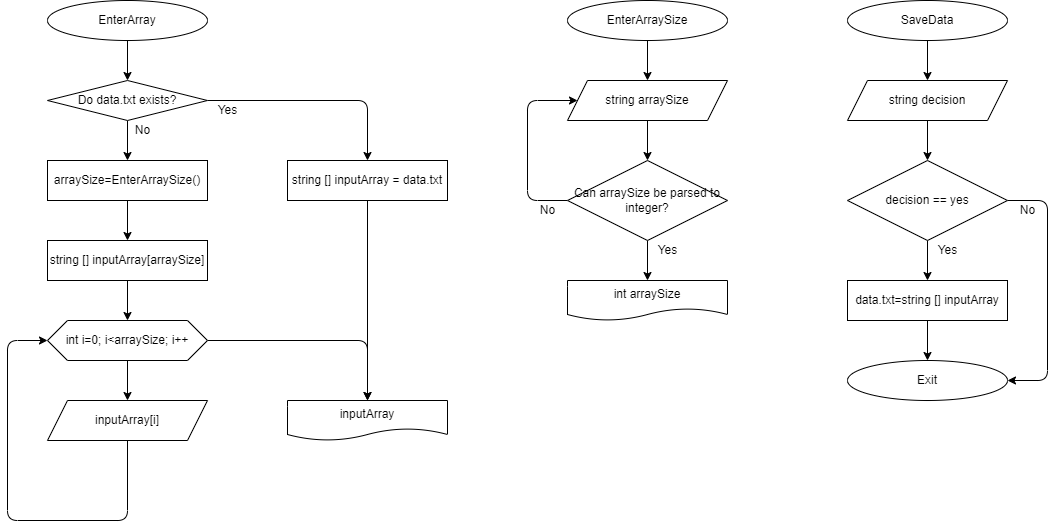
The draw.io diagram diagrams/EnterArray.drawio.png in SeregaSMD/FinalTest, before a commit. Source tidied: cells renumbered, new cells last; positions are measured from the earlier drawing's top-left corner, leaving out a move shared by most shapes.
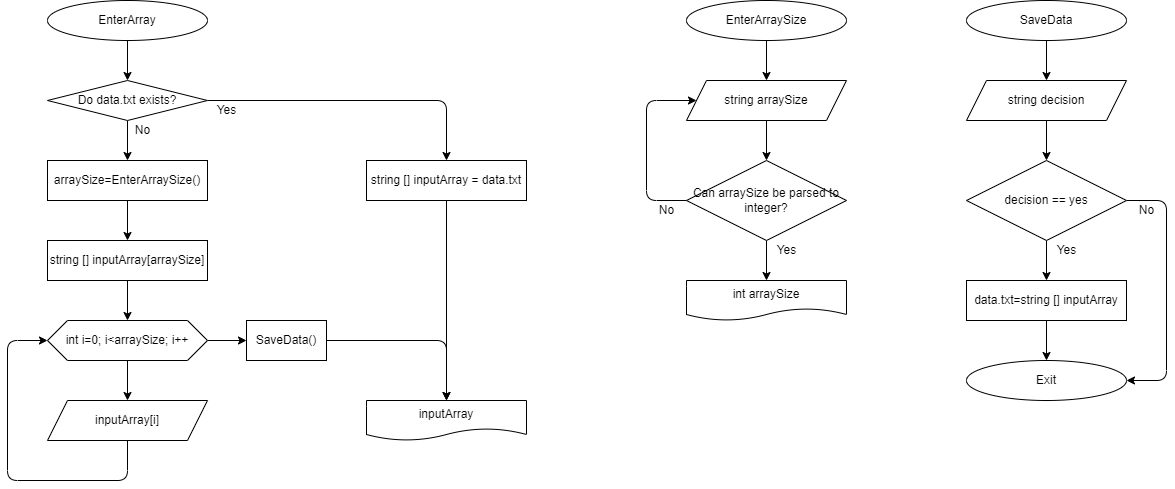
The same diagram one commit later.

The edit, as a diff of the source:
```diff
@@ -6,12 +6,12 @@
       <mxGeometry relative="1" as="geometry" />
     </mxCell>
     <mxCell id="3" value="EnterArray" style="ellipse;whiteSpace=wrap;html=1;" parent="1" vertex="1">
-      <mxGeometry x="40" width="160" height="40" as="geometry" />
+      <mxGeometry x="-79" width="160" height="40" as="geometry" />
     </mxCell>
     <mxCell id="4" style="edgeStyle=none;html=1;exitX=1;exitY=0.5;exitDx=0;exitDy=0;entryX=0.5;entryY=0;entryDx=0;entryDy=0;" parent="1" edge="1" source="6" target="10">
       <mxGeometry relative="1" as="geometry">
         <Array as="points">
-          <mxPoint x="360" y="100" />
+          <mxPoint x="320" y="100" />
         </Array>
       </mxGeometry>
     </mxCell>
@@ -19,53 +19,49 @@
       <mxGeometry relative="1" as="geometry" />
     </mxCell>
     <mxCell id="6" value="Do data.txt exists?" style="rhombus;whiteSpace=wrap;html=1;" parent="1" vertex="1">
-      <mxGeometry x="40" y="80" width="160" height="40" as="geometry" />
+      <mxGeometry x="-79" y="80" width="160" height="40" as="geometry" />
     </mxCell>
     <mxCell id="7" style="edgeStyle=none;html=1;entryX=0.5;entryY=0;entryDx=0;entryDy=0;" parent="1" edge="1" source="8" target="15">
       <mxGeometry relative="1" as="geometry" />
     </mxCell>
     <mxCell id="8" value="string [] inputArray[arraySize]" style="rounded=0;whiteSpace=wrap;html=1;" parent="1" vertex="1">
-      <mxGeometry x="40" y="240" width="160" height="40" as="geometry" />
+      <mxGeometry x="-79" y="240" width="160" height="40" as="geometry" />
     </mxCell>
     <mxCell id="9" style="edgeStyle=none;html=1;exitX=0.5;exitY=1;exitDx=0;exitDy=0;entryX=0.5;entryY=0;entryDx=0;entryDy=0;" parent="1" edge="1" source="10" target="18">
       <mxGeometry relative="1" as="geometry" />
     </mxCell>
     <mxCell id="10" value="string [] inputArray = data.txt" style="rounded=0;whiteSpace=wrap;html=1;" parent="1" vertex="1">
-      <mxGeometry x="280" y="160" width="160" height="40" as="geometry" />
+      <mxGeometry x="240" y="160" width="160" height="40" as="geometry" />
     </mxCell>
     <mxCell id="11" style="edgeStyle=none;html=1;exitX=0.5;exitY=1;exitDx=0;exitDy=0;entryX=0.5;entryY=0;entryDx=0;entryDy=0;" parent="1" edge="1" source="12" target="8">
       <mxGeometry relative="1" as="geometry" />
     </mxCell>
     <mxCell id="12" value="arraySize=EnterArraySize()" style="rounded=0;whiteSpace=wrap;html=1;" parent="1" vertex="1">
-      <mxGeometry x="40" y="160" width="160" height="40" as="geometry" />
+      <mxGeometry x="-79" y="160" width="160" height="40" as="geometry" />
     </mxCell>
     <mxCell id="13" style="edgeStyle=none;html=1;exitX=0.5;exitY=1;exitDx=0;exitDy=0;entryX=0.5;entryY=0;entryDx=0;entryDy=0;" parent="1" edge="1" source="15" target="17">
       <mxGeometry relative="1" as="geometry" />
     </mxCell>
-    <mxCell id="14" style="edgeStyle=none;html=1;exitX=1;exitY=0.5;exitDx=0;exitDy=0;entryX=0.5;entryY=0;entryDx=0;entryDy=0;" parent="1" edge="1" source="15" target="18">
-      <mxGeometry relative="1" as="geometry">
-        <Array as="points">
-          <mxPoint x="360" y="340" />
-        </Array>
-      </mxGeometry>
-    </mxCell>
+    <mxCell id="43" style="edgeStyle=none;html=1;entryX=0;entryY=0.5;entryDx=0;entryDy=0;" parent="1" edge="1" source="15" target="45">
+      <mxGeometry relative="1" as="geometry" />
+    </mxCell>
     <mxCell id="15" value="int i=0; i&amp;lt;arraySize; i++" style="shape=hexagon;perimeter=hexagonPerimeter2;whiteSpace=wrap;html=1;fixedSize=1;" parent="1" vertex="1">
-      <mxGeometry x="40" y="320" width="160" height="40" as="geometry" />
+      <mxGeometry x="-79" y="320" width="160" height="40" as="geometry" />
     </mxCell>
     <mxCell id="16" style="edgeStyle=none;html=1;entryX=0;entryY=0.5;entryDx=0;entryDy=0;" parent="1" edge="1" source="17" target="15">
       <mxGeometry relative="1" as="geometry">
         <Array as="points">
-          <mxPoint x="120" y="520" />
-          <mxPoint y="520" />
-          <mxPoint y="340" />
+          <mxPoint x="1" y="480" />
+          <mxPoint x="-119" y="480" />
+          <mxPoint x="-119" y="340" />
         </Array>
       </mxGeometry>
     </mxCell>
     <mxCell id="17" value="inputArray[i]" style="shape=parallelogram;perimeter=parallelogramPerimeter;whiteSpace=wrap;html=1;fixedSize=1;" parent="1" vertex="1">
-      <mxGeometry x="40" y="400" width="160" height="40" as="geometry" />
+      <mxGeometry x="-79" y="400" width="160" height="40" as="geometry" />
     </mxCell>
     <mxCell id="18" value="inputArray" style="shape=document;whiteSpace=wrap;html=1;boundedLbl=1;" parent="1" vertex="1">
-      <mxGeometry x="280" y="400" width="160" height="40" as="geometry" />
+      <mxGeometry x="240" y="400" width="160" height="40" as="geometry" />
     </mxCell>
     <mxCell id="19" style="edgeStyle=none;html=1;entryX=0.5;entryY=0;entryDx=0;entryDy=0;" parent="1" edge="1" source="20" target="22">
       <mxGeometry relative="1" as="geometry" />
@@ -103,10 +99,10 @@
       <mxGeometry x="525" y="200" width="30" height="20" as="geometry" />
     </mxCell>
     <mxCell id="29" value="Yes" style="text;html=1;align=center;verticalAlign=middle;fillColor=none;strokeColor=none;rounded=0;" parent="1" vertex="1">
-      <mxGeometry x="200" y="100" width="40" height="20" as="geometry" />
+      <mxGeometry x="80" y="100" width="40" height="20" as="geometry" />
     </mxCell>
     <mxCell id="30" value="No" style="text;html=1;align=center;verticalAlign=middle;fillColor=none;strokeColor=none;rounded=0;" parent="1" vertex="1">
-      <mxGeometry x="120" y="120" width="30" height="20" as="geometry" />
+      <mxGeometry x="1" y="120" width="30" height="20" as="geometry" />
     </mxCell>
     <mxCell id="31" style="edgeStyle=none;html=1;entryX=0.5;entryY=0;entryDx=0;entryDy=0;" parent="1" edge="1" source="32" target="34">
       <mxGeometry relative="1" as="geometry" />
@@ -149,5 +145,15 @@
     <mxCell id="42" value="No" style="text;html=1;align=center;verticalAlign=middle;fillColor=none;strokeColor=none;rounded=0;" parent="1" vertex="1">
       <mxGeometry x="1005" y="200" width="30" height="20" as="geometry" />
     </mxCell>
+    <mxCell id="44" style="edgeStyle=none;html=1;exitX=1;exitY=0.5;exitDx=0;exitDy=0;entryX=0.5;entryY=0;entryDx=0;entryDy=0;" parent="1" edge="1" source="45" target="18">
+      <mxGeometry relative="1" as="geometry">
+        <Array as="points">
+          <mxPoint x="320" y="340" />
+        </Array>
+      </mxGeometry>
+    </mxCell>
+    <mxCell id="45" value="SaveData()" style="rounded=0;whiteSpace=wrap;html=1;" parent="1" vertex="1">
+      <mxGeometry x="120" y="320" width="80" height="40" as="geometry" />
+    </mxCell>
   </root>
 </mxGraphModel>
```
